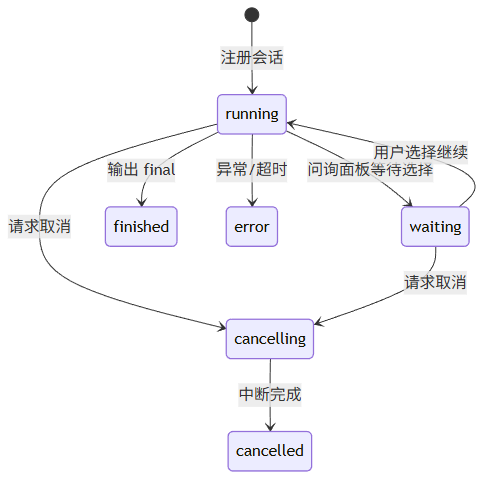
Earlier version of the Mermaid export docs/diagrams/system-intro/04-session-state.png (ylsdamxssjxxdd/wunder). Its source is kept beside it as docs/diagrams/system-intro/04-session-state.mmd. Source of this version:
```mermaid
stateDiagram-v2
  [*] --> running: 注册会话
  running --> waiting: 问询面板等待选择
  waiting --> running: 用户选择继续
  running --> cancelling: 请求取消
  waiting --> cancelling: 请求取消
  cancelling --> cancelled: 中断完成
  running --> finished: 输出 final
  running --> error: 异常/超时
```
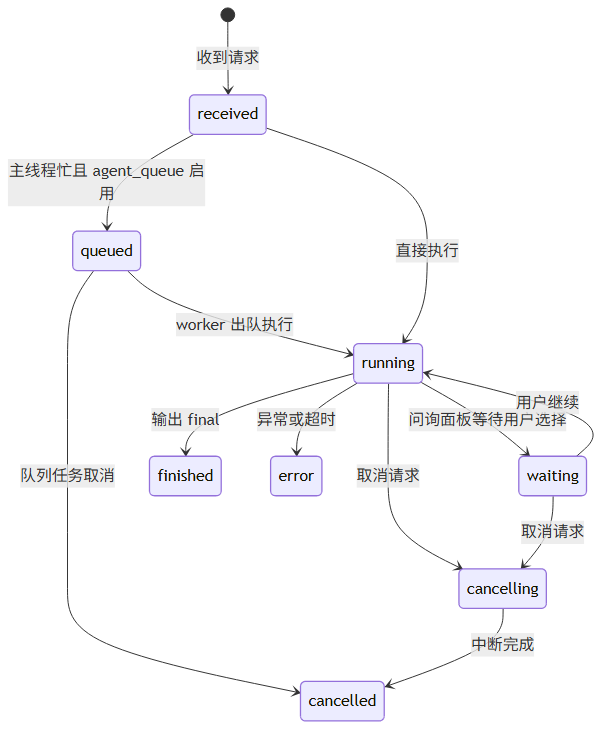
After the commit.

Change to the diagram source:
```diff
@@ -1,9 +1,13 @@
 stateDiagram-v2
-  [*] --> running: 注册会话
-  running --> waiting: 问询面板等待选择
-  waiting --> running: 用户选择继续
-  running --> cancelling: 请求取消
-  waiting --> cancelling: 请求取消
+  [*] --> received: 收到请求
+  received --> queued: 主线程忙且 agent_queue 启用
+  queued --> running: worker 出队执行
+  received --> running: 直接执行
+  running --> waiting: 问询面板等待用户选择
+  waiting --> running: 用户继续
+  running --> cancelling: 取消请求
+  waiting --> cancelling: 取消请求
+  queued --> cancelled: 队列任务取消
   cancelling --> cancelled: 中断完成
   running --> finished: 输出 final
-  running --> error: 异常/超时
+  running --> error: 异常或超时
```
